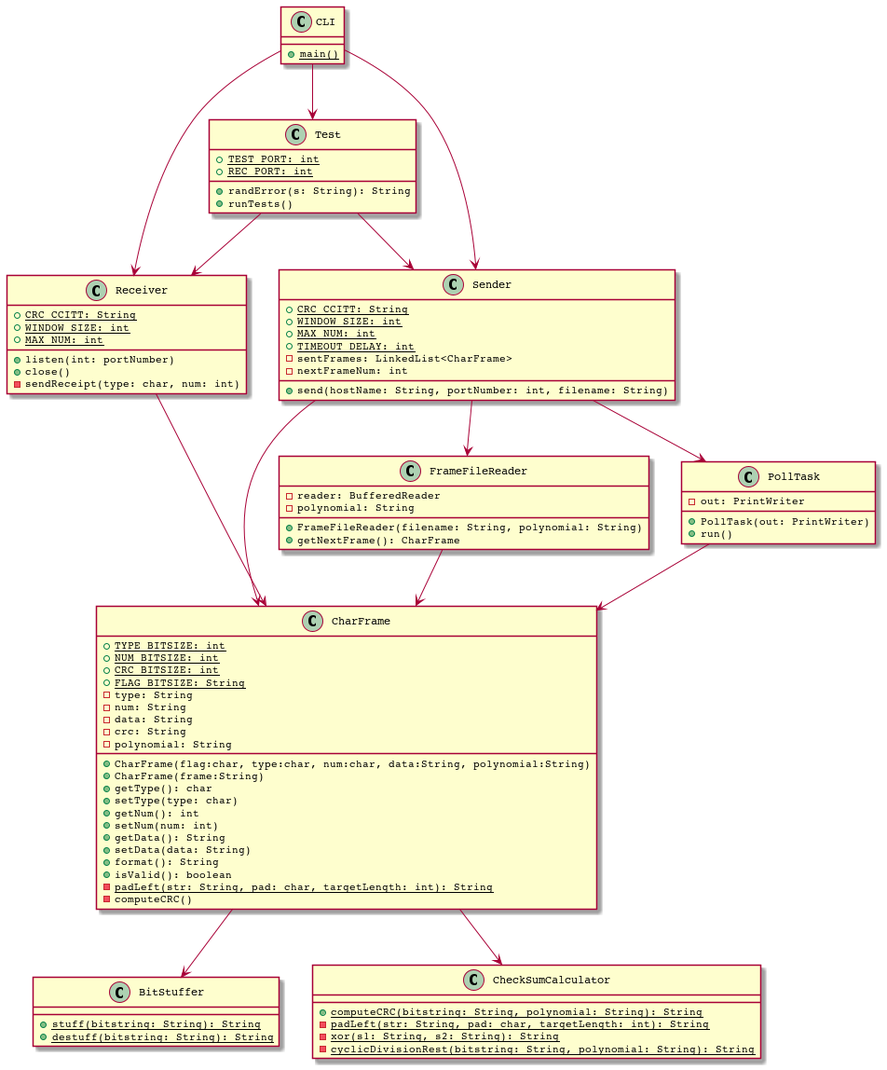
Before: rapport/Diagramme de classe.png, a diagram exported from PlantUML (elisezhg/IFT3325-TP2). Its diagram source:
```plantuml
@startuml Diagramme de classe
skinparam defaultFontName Courier 10 Pitch

class BitStuffer {
    {static} +stuff(bitstring: String): String
    {static} +destuff(bitstring: String): String
}

class CheckSumCalculator {
    {static} +computeCRC(bitstring: String, polynomial: String): String
    {static} -padLeft(str: String, pad: char, targetLength: int): String
    {static} -xor(s1: String, s2: String): String
    {static} -cyclicDivisionRest(bitstring: String, polynomial: String): String
}

class CharFrame {
    {static} +TYPE_BITSIZE: int
    {static} +NUM_BITSIZE: int
    {static} +CRC_BITSIZE: int
    {static} +FLAG_BITSIZE: String
    -type: String
    -num: String
    -data: String
    -crc: String
    -polynomial: String

	+CharFrame(flag:char, type:char, num:char, data:String, polynomial:String)
	+CharFrame(frame:String)
    +getType(): char
    +setType(type: char)
    +getNum(): int
    +setNum(num: int)
    +getData(): String
    +setData(data: String)
    +format(): String
    +isValid(): boolean
    {static} -padLeft(str: String, pad: char, targetLength: int): String
    -computeCRC()
}

class FrameFileReader {
    -reader: BufferedReader
    -polynomial: String

    +FrameFileReader(filename: String, polynomial: String)
    +getNextFrame(): CharFrame
}

Class Receiver {
    {static} +CRC_CCITT: String
    {static} +WINDOW_SIZE: int
    {static} +MAX_NUM: int

    +listen(int: portNumber)
    +close()
    -sendReceipt(type: char, num: int)
}

Class Sender {
    {static} +CRC_CCITT: String
    {static} +WINDOW_SIZE: int
    {static} +MAX_NUM: int
    {static} +TIMEOUT_DELAY: int
    -sentFrames: LinkedList<CharFrame>
    -nextFrameNum: int

    +send(hostName: String, portNumber: int, filename: String)
}

class PollTask {
    -out: PrintWriter
    +PollTask(out: PrintWriter)
    +run()
}

Class CLI {
    {static} +main()
}

Class Test {
    {static} +TEST_PORT: int
    {static} +REC_PORT: int

    +randError(s: String): String
    +runTests()
}

CLI --> Test
Test --> Receiver
Test --> Sender

CLI --> Receiver
CLI --> Sender

Receiver --> CharFrame
Sender --> CharFrame
Sender --> FrameFileReader
Sender --> PollTask

FrameFileReader --> CharFrame
PollTask --> CharFrame

CharFrame --> BitStuffer
CharFrame --> CheckSumCalculator

@enduml
```
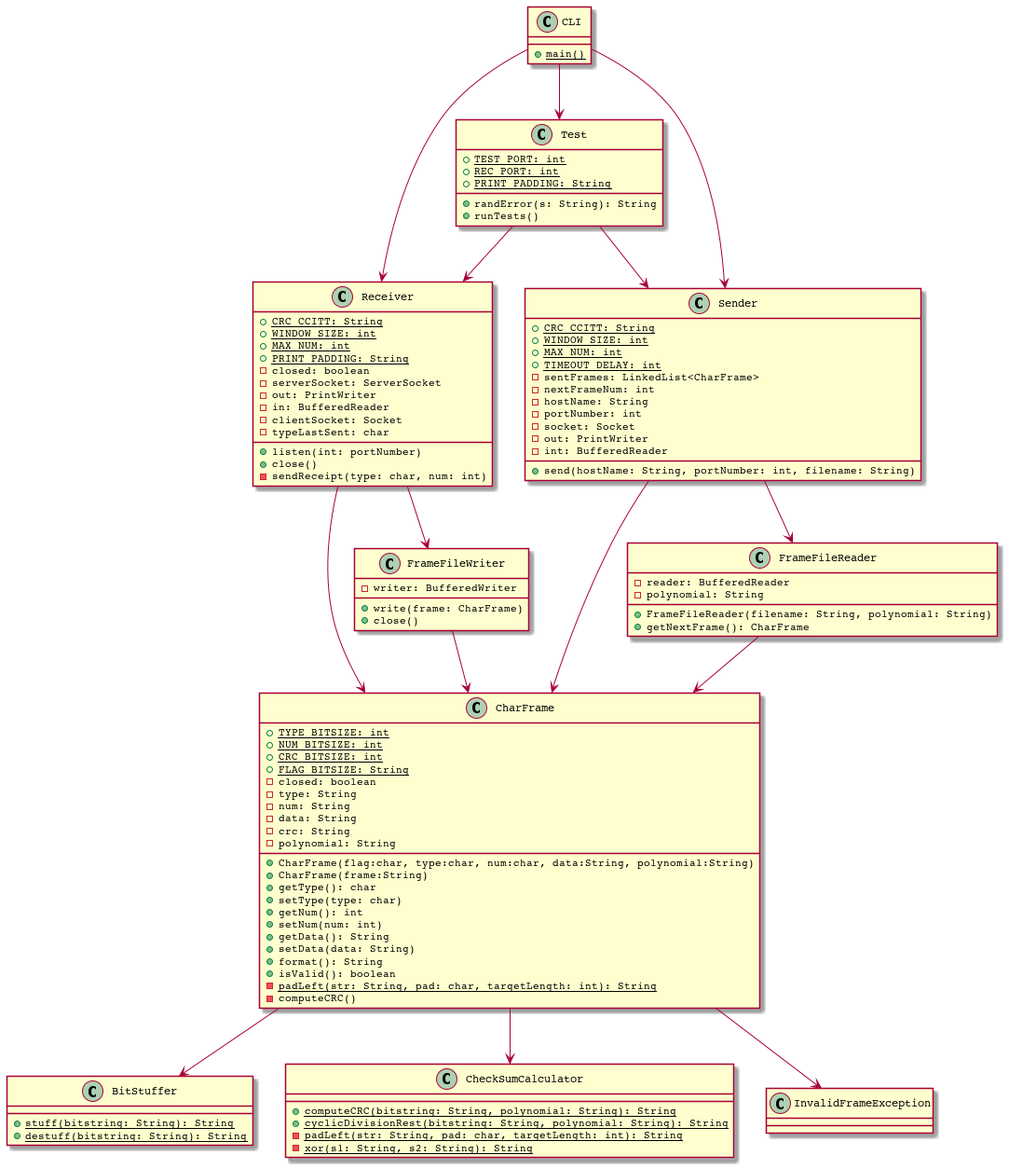
Above is the later version.

Commit message:
generation de rapport et diagramme de classe

What changed in the source:
```diff
@@ -8,9 +8,13 @@
 
 class CheckSumCalculator {
     {static} +computeCRC(bitstring: String, polynomial: String): String
+    {static} +cyclicDivisionRest(bitstring: String, polynomial: String): String
     {static} -padLeft(str: String, pad: char, targetLength: int): String
     {static} -xor(s1: String, s2: String): String
-    {static} -cyclicDivisionRest(bitstring: String, polynomial: String): String
+}
+
+class InvalidFrameException {
+
 }
 
 class CharFrame {
@@ -18,6 +22,7 @@
     {static} +NUM_BITSIZE: int
     {static} +CRC_BITSIZE: int
     {static} +FLAG_BITSIZE: String
+    -closed: boolean
     -type: String
     -num: String
     -data: String
@@ -46,10 +51,24 @@
     +getNextFrame(): CharFrame
 }
 
+class FrameFileWriter {
+    -writer: BufferedWriter
+
+    +write(frame: CharFrame)
+    +close()
+}
+
 Class Receiver {
     {static} +CRC_CCITT: String
     {static} +WINDOW_SIZE: int
     {static} +MAX_NUM: int
+    {static} +PRINT_PADDING: String
+    -closed: boolean
+    -serverSocket: ServerSocket
+    -out: PrintWriter
+    -in: BufferedReader
+    -clientSocket: Socket
+    -typeLastSent: char
 
     +listen(int: portNumber)
     +close()
@@ -63,14 +82,13 @@
     {static} +TIMEOUT_DELAY: int
     -sentFrames: LinkedList<CharFrame>
     -nextFrameNum: int
+    -hostName: String
+    -portNumber: int
+    -socket: Socket
+    -out: PrintWriter
+    -int: BufferedReader
 
     +send(hostName: String, portNumber: int, filename: String)
-}
-
-class PollTask {
-    -out: PrintWriter
-    +PollTask(out: PrintWriter)
-    +run()
 }
 
 Class CLI {
@@ -80,6 +98,7 @@
 Class Test {
     {static} +TEST_PORT: int
     {static} +REC_PORT: int
+    {static} +PRINT_PADDING: String
 
     +randError(s: String): String
     +runTests()
@@ -94,13 +113,15 @@
 
 Receiver --> CharFrame
 Sender --> CharFrame
+
+Receiver --> FrameFileWriter
 Sender --> FrameFileReader
-Sender --> PollTask
 
+FrameFileWriter --> CharFrame
 FrameFileReader --> CharFrame
-PollTask --> CharFrame
 
 CharFrame --> BitStuffer
 CharFrame --> CheckSumCalculator
+CharFrame --> InvalidFrameException
 
 @enduml
```
